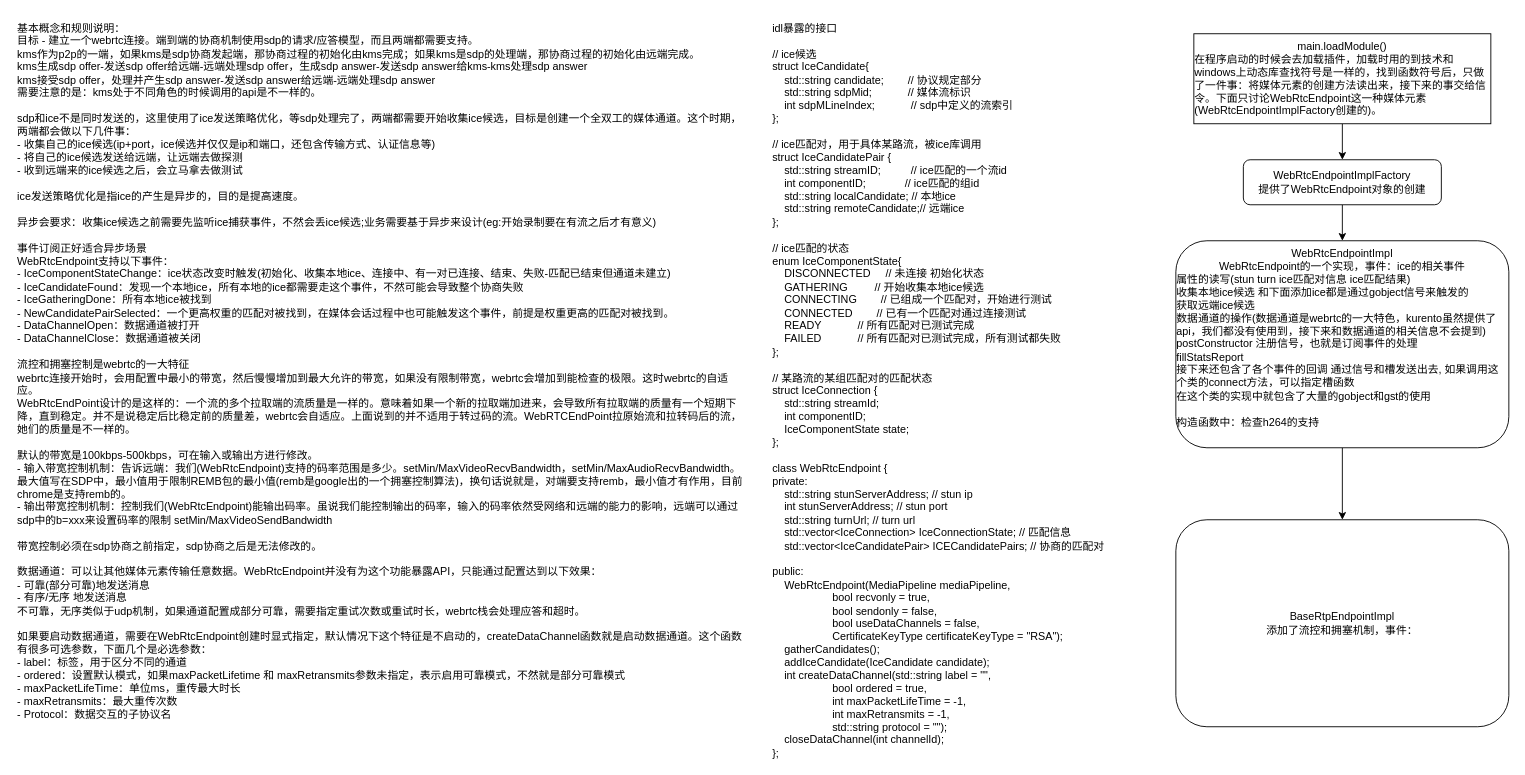
Above: page "WebRtcEndpoint" (2 of 2) of kms源码分析/kms分析文字版本.drawio in 63isOK/conference_graph (draw.io), before the change. Source tidied: cells renumbered, new cells numbered last; positions are measured from the earlier drawing's top-left corner, leaving out a move shared by most shapes. Both pictures are drawn from the tidied source at 90%, with x=0, y=0 at pixel (15, 15).
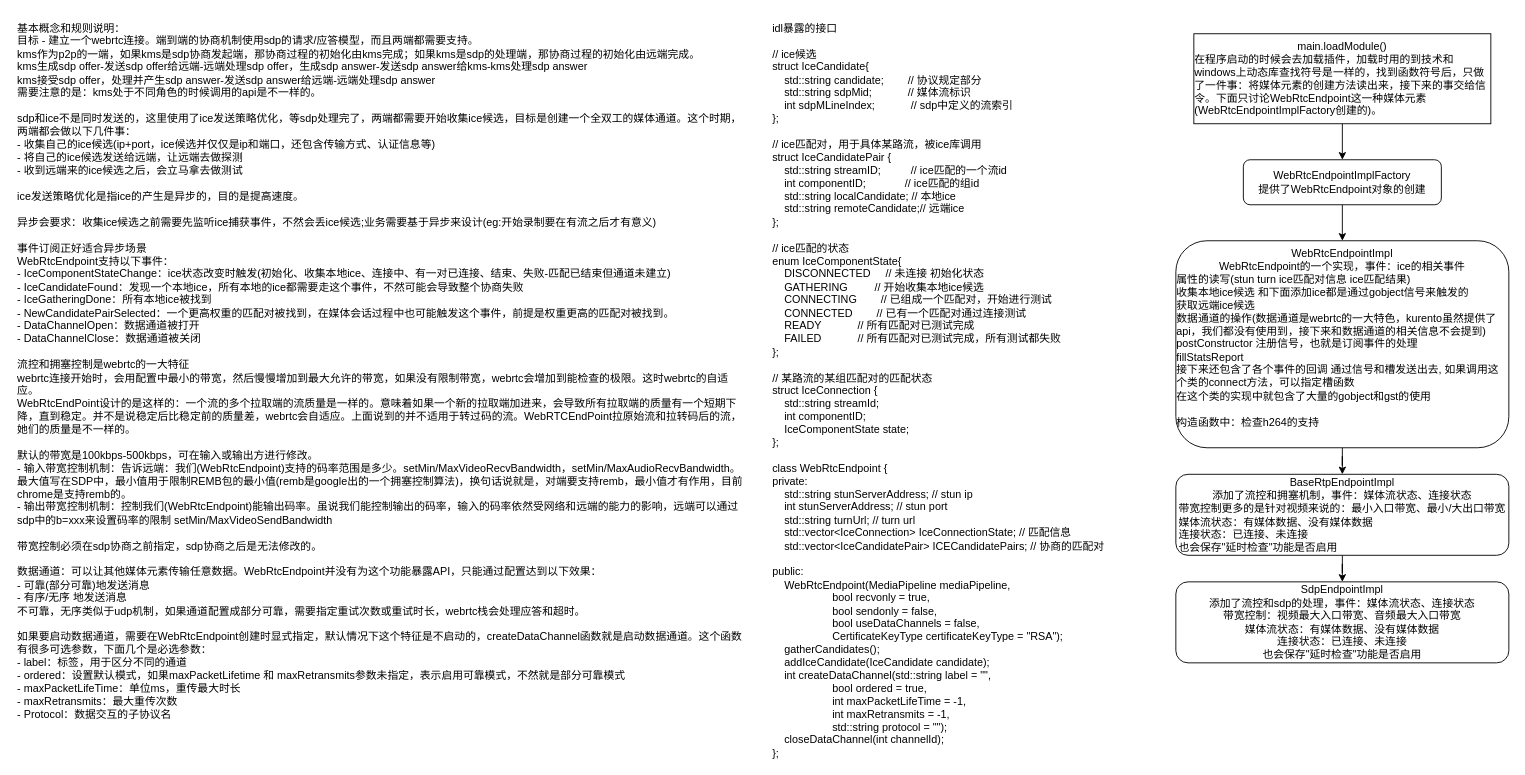
Above is the later version.

Commit message:
更新kms分析文字版本.drawio

The edit, as a diff of the source:
```diff
@@
 <mxGraphModel>
   <root>
     <mxCell id="0" />
     <mxCell id="1" parent="0" />
     <mxCell id="2" value="基本概念和规则说明：&lt;br&gt;目标 - 建立一个webrtc连接。端到端的协商机制使用sdp的请求/应答模型，而且两端都需要支持。&lt;br&gt;kms作为p2p的一端，如果kms是sdp协商发起端，那协商过程的初始化由kms完成；如果kms是sdp的处理端，那协商过程的初始化由远端完成。&lt;br&gt;kms生成sdp offer-发送sdp offer给远端-远端处理sdp offer，生成sdp answer-发送sdp answer给kms-kms处理sdp answer&lt;br&gt;kms接受sdp offer，处理并产生sdp answer-发送sdp answer给远端-远端处理sdp answer&lt;br&gt;需要注意的是：kms处于不同角色的时候调用的api是不一样的。&lt;br&gt;&lt;br&gt;sdp和ice不是同时发送的，这里使用了ice发送策略优化，等sdp处理完了，两端都需要开始收集ice候选，目标是创建一个全双工的媒体通道。这个时期，两端都会做以下几件事：&lt;br&gt;- 收集自己的ice候选(ip+port，ice候选并仅仅是ip和端口，还包含传输方式、认证信息等)&lt;br&gt;- 将自己的ice候选发送给远端，让远端去做探测&lt;br&gt;- 收到远端来的ice候选之后，会立马拿去做测试&lt;br&gt;&lt;br&gt;ice发送策略优化是指ice的产生是异步的，目的是提高速度。&lt;br&gt;&lt;br&gt;异步会要求：收集ice候选之前需要先监听ice捕获事件，不然会丢ice候选;业务需要基于异步来设计(eg:开始录制要在有流之后才有意义)&lt;br&gt;&lt;br&gt;事件订阅正好适合异步场景&lt;br&gt;WebRtcEndpoint支持以下事件：&lt;br&gt;-&amp;nbsp;&lt;span&gt;IceComponentStateChange：ice状态改变时触发(初始化、收集本地ice、连接中、有一对已连接、结束、失败-匹配已结束但通道未建立)&lt;br&gt;&lt;/span&gt;-&amp;nbsp;&lt;span&gt;IceCandidateFound：发现一个本地ice，所有本地的ice都需要走这个事件，不然可能会导致整个协商失败&lt;br&gt;&lt;/span&gt;-&amp;nbsp;&lt;span&gt;IceGatheringDone：所有本地ice被找到&lt;br&gt;&lt;/span&gt;-&amp;nbsp;&lt;span&gt;NewCandidatePairSelected：一个更高权重的匹配对被找到，在媒体会话过程中也可能触发这个事件，前提是权重更高的匹配对被找到。&lt;br&gt;&lt;/span&gt;- D&lt;span&gt;ataChannelOpen：数据通道被打开&lt;br&gt;&lt;/span&gt;- D&lt;span&gt;ataChannelClose：数据通道被关闭&lt;br&gt;&lt;/span&gt;&lt;br&gt;流控和拥塞控制是webrtc的一大特征&lt;br&gt;webrtc连接开始时，会用配置中最小的带宽，然后慢慢增加到最大允许的带宽，如果没有限制带宽，webrtc会增加到能检查的极限。这时webrtc的自适应。&lt;br&gt;WebRtcEndPoint设计的是这样的：一个流的多个拉取端的流质量是一样的。意味着如果一个新的拉取端加进来，会导致所有拉取端的质量有一个短期下降，直到稳定。并不是说稳定后比稳定前的质量差，webrtc会自适应。上面说到的并不适用于转过码的流。WebRTCEndPoint拉原始流和拉转码后的流，她们的质量是不一样的。&lt;br&gt;&lt;br&gt;默认的带宽是100kbps-500kbps，可在输入或输出方进行修改。&lt;br&gt;- 输入带宽控制机制：告诉远端：我们(WebRtcEndpoint)支持的码率范围是多少。&lt;span&gt;setMin/MaxVideoRecvBandwidth，&lt;/span&gt;&lt;span&gt;setMin/MaxAudioRecvBandwidth&lt;/span&gt;。最大值写在SDP中，最小值用于限制REMB包的最小值(remb是google出的一个拥塞控制算法)，换句话说就是，对端要支持remb，最小值才有作用，目前chrome是支持remb的。&lt;br&gt;- 输出带宽控制机制：控制我们(WebRtcEndpoint)能输出码率。虽说我们能控制输出的码率，输入的码率依然受网络和远端的能力的影响，远端可以通过sdp中的b=xxx来设置码率的限制&amp;nbsp;&lt;span&gt;setMin/MaxVideoSendBandwidth&lt;br&gt;&lt;/span&gt;&lt;br&gt;带宽控制必须在sdp协商之前指定，sdp协商之后是无法修改的。&lt;br&gt;&lt;br&gt;数据通道：可以让其他媒体元素传输任意数据。WebRtcEndpoint并没有为这个功能暴露API，只能通过配置达到以下效果：&lt;br&gt;- 可靠(部分可靠)地发送消息&lt;br&gt;- 有序/无序 地发送消息&lt;br&gt;不可靠，无序类似于udp机制，如果通道配置成部分可靠，需要指定重试次数或重试时长，webrtc栈会处理应答和超时。&lt;br&gt;&lt;br&gt;如果要启动数据通道，需要在WebRtcEndpoint创建时显式指定，默认情况下这个特征是不启动的，&lt;span&gt;createDataChannel函数就是启动数据通道。这个函数有很多可选参数，下面几个是必选参数：&lt;br&gt;&lt;/span&gt;- label：标签，用于区分不同的通道&lt;br&gt;- ordered：设置默认模式，如果&lt;span&gt;maxPacketLifetime 和 maxRetransmits参数未指定，表示启用可靠模式，不然就是部分可靠模式&lt;br&gt;&lt;/span&gt;-&amp;nbsp;&lt;span&gt;maxPacketLifeTime：单位ms，重传最大时长&lt;br&gt;&lt;/span&gt;-&amp;nbsp;&lt;span&gt;maxRetransmits：最大重传次数&lt;br&gt;&lt;/span&gt;-&amp;nbsp;&lt;span&gt;Protocol：数据交互的子协议名&lt;/span&gt;&lt;br&gt;" style="text;html=1;strokeColor=none;fillColor=none;align=left;verticalAlign=top;whiteSpace=wrap;rounded=0;" parent="1" vertex="1">
       <mxGeometry width="809" height="750" as="geometry" />
     </mxCell>
     <mxCell id="3" value="&lt;div&gt;idl暴露的接口&lt;/div&gt;&lt;div&gt;&lt;br&gt;&lt;/div&gt;&lt;div&gt;// ice候选&lt;/div&gt;&lt;div&gt;struct IceCandidate{&lt;/div&gt;&lt;div&gt;&amp;nbsp; &amp;nbsp; std::string candidate;&amp;nbsp; &amp;nbsp; &amp;nbsp; &amp;nbsp; // 协议规定部分&lt;/div&gt;&lt;div&gt;&amp;nbsp; &amp;nbsp; std::string sdpMid;&amp;nbsp; &amp;nbsp; &amp;nbsp; &amp;nbsp; &amp;nbsp; &amp;nbsp; // 媒体流标识&lt;/div&gt;&lt;div&gt;&amp;nbsp; &amp;nbsp; int sdpMLineIndex;&amp;nbsp; &amp;nbsp; &amp;nbsp; &amp;nbsp; &amp;nbsp; &amp;nbsp; // sdp中定义的流索引&lt;/div&gt;&lt;div&gt;};&lt;/div&gt;&lt;div&gt;&lt;br&gt;&lt;/div&gt;&lt;div&gt;// ice匹配对，用于具体某路流，被ice库调用&lt;/div&gt;&lt;div&gt;struct IceCandidatePair {&lt;/div&gt;&lt;div&gt;&amp;nbsp; &amp;nbsp; std::string streamID;&amp;nbsp; &amp;nbsp; &amp;nbsp; &amp;nbsp; &amp;nbsp; // ice匹配的一个流id&lt;/div&gt;&lt;div&gt;&amp;nbsp; &amp;nbsp; int componentID;&amp;nbsp; &amp;nbsp; &amp;nbsp; &amp;nbsp; &amp;nbsp; &amp;nbsp; &amp;nbsp;// ice匹配的组id&lt;/div&gt;&lt;div&gt;&amp;nbsp; &amp;nbsp; std::string localCandidate; // 本地ice&lt;/div&gt;&lt;div&gt;&amp;nbsp; &amp;nbsp; std::string remoteCandidate;// 远端ice&lt;/div&gt;&lt;div&gt;};&lt;/div&gt;&lt;div&gt;&lt;br&gt;&lt;/div&gt;&lt;div&gt;// ice匹配的状态&lt;/div&gt;&lt;div&gt;enum IceComponentState{&lt;/div&gt;&lt;div&gt;&amp;nbsp; &amp;nbsp; DISCONNECTED&amp;nbsp; &amp;nbsp; &amp;nbsp;// 未连接 初始化状态&lt;/div&gt;&lt;div&gt;&amp;nbsp; &amp;nbsp; GATHERING&amp;nbsp; &amp;nbsp; &amp;nbsp; &amp;nbsp; &amp;nbsp;// 开始收集本地ice候选&lt;/div&gt;&lt;div&gt;&amp;nbsp; &amp;nbsp; CONNECTING&amp;nbsp; &amp;nbsp; &amp;nbsp; &amp;nbsp; // 已组成一个匹配对，开始进行测试&lt;/div&gt;&lt;div&gt;&amp;nbsp; &amp;nbsp; CONNECTED&amp;nbsp; &amp;nbsp; &amp;nbsp; &amp;nbsp; // 已有一个匹配对通过连接测试&lt;/div&gt;&lt;div&gt;&amp;nbsp; &amp;nbsp; READY&amp;nbsp; &amp;nbsp; &amp;nbsp; &amp;nbsp; &amp;nbsp; &amp;nbsp; // 所有匹配对已测试完成&lt;/div&gt;&lt;div&gt;&amp;nbsp; &amp;nbsp; FAILED&amp;nbsp; &amp;nbsp; &amp;nbsp; &amp;nbsp; &amp;nbsp; &amp;nbsp; // 所有匹配对已测试完成，所有测试都失败&lt;/div&gt;&lt;div&gt;};&lt;/div&gt;&lt;div&gt;&lt;br&gt;&lt;/div&gt;&lt;div&gt;// 某路流的某组匹配对的匹配状态&lt;/div&gt;&lt;div&gt;struct IceConnection {&lt;/div&gt;&lt;div&gt;&amp;nbsp; &amp;nbsp; std::string streamId;&lt;/div&gt;&lt;div&gt;&amp;nbsp; &amp;nbsp; int componentID;&lt;/div&gt;&lt;div&gt;&amp;nbsp; &amp;nbsp; IceComponentState state;&lt;/div&gt;&lt;div&gt;};&lt;/div&gt;&lt;div&gt;&lt;br&gt;&lt;/div&gt;&lt;div&gt;class WebRtcEndpoint {&lt;/div&gt;&lt;div&gt;private:&lt;/div&gt;&lt;div&gt;&amp;nbsp; &amp;nbsp; std::string stunServerAddress; // stun ip&lt;/div&gt;&lt;div&gt;&amp;nbsp; &amp;nbsp; int stunServerAddress; // stun port&lt;/div&gt;&lt;div&gt;&amp;nbsp; &amp;nbsp; std::string turnUrl; // turn url&lt;/div&gt;&lt;div&gt;&amp;nbsp; &amp;nbsp; std::vector&amp;lt;IceConnection&amp;gt; IceConnectionState; // 匹配信息&lt;/div&gt;&lt;div&gt;&amp;nbsp; &amp;nbsp; std::vector&amp;lt;IceCandidatePair&amp;gt; ICECandidatePairs; // 协商的匹配对&lt;/div&gt;&lt;span&gt;&lt;br&gt;&lt;/span&gt;&lt;div&gt;public:&lt;/div&gt;&lt;div&gt;&amp;nbsp; &amp;nbsp; WebRtcEndpoint(MediaPipeline mediaPipeline,&lt;/div&gt;&lt;div&gt;&amp;nbsp; &amp;nbsp; &amp;nbsp; &amp;nbsp; &amp;nbsp; &amp;nbsp; &amp;nbsp; &amp;nbsp; &amp;nbsp; &amp;nbsp; bool recvonly = true,&lt;/div&gt;&lt;div&gt;&amp;nbsp; &amp;nbsp; &amp;nbsp; &amp;nbsp; &amp;nbsp; &amp;nbsp; &amp;nbsp; &amp;nbsp; &amp;nbsp; &amp;nbsp; bool sendonly = false,&lt;/div&gt;&lt;div&gt;&amp;nbsp; &amp;nbsp; &amp;nbsp; &amp;nbsp; &amp;nbsp; &amp;nbsp; &amp;nbsp; &amp;nbsp; &amp;nbsp; &amp;nbsp; bool useDataChannels = false,&lt;/div&gt;&lt;div&gt;&amp;nbsp; &amp;nbsp; &amp;nbsp; &amp;nbsp; &amp;nbsp; &amp;nbsp; &amp;nbsp; &amp;nbsp; &amp;nbsp; &amp;nbsp; CertificateKeyType certificateKeyType = &quot;RSA&quot;);&lt;/div&gt;&lt;div&gt;&amp;nbsp; &amp;nbsp; gatherCandidates();&lt;/div&gt;&lt;div&gt;&amp;nbsp; &amp;nbsp; addIceCandidate(IceCandidate candidate);&lt;/div&gt;&lt;div&gt;&amp;nbsp; &amp;nbsp; int createDataChannel(std::string label = &quot;&quot;,&lt;/div&gt;&lt;div&gt;&amp;nbsp; &amp;nbsp; &amp;nbsp; &amp;nbsp; &amp;nbsp; &amp;nbsp; &amp;nbsp; &amp;nbsp; &amp;nbsp; &amp;nbsp; bool ordered = true,&lt;/div&gt;&lt;div&gt;&amp;nbsp; &amp;nbsp; &amp;nbsp; &amp;nbsp; &amp;nbsp; &amp;nbsp; &amp;nbsp; &amp;nbsp; &amp;nbsp; &amp;nbsp; int maxPacketLifeTime = -1,&lt;/div&gt;&lt;div&gt;&amp;nbsp; &amp;nbsp; &amp;nbsp; &amp;nbsp; &amp;nbsp; &amp;nbsp; &amp;nbsp; &amp;nbsp; &amp;nbsp; &amp;nbsp; int maxRetransmits = -1,&lt;/div&gt;&lt;div&gt;&amp;nbsp; &amp;nbsp; &amp;nbsp; &amp;nbsp; &amp;nbsp; &amp;nbsp; &amp;nbsp; &amp;nbsp; &amp;nbsp; &amp;nbsp; std::string protocol = &quot;&quot;);&lt;/div&gt;&lt;div&gt;&amp;nbsp; &amp;nbsp; closeDataChannel(int channelId);&lt;/div&gt;&lt;div&gt;};&lt;/div&gt;" style="text;html=1;strokeColor=none;fillColor=none;align=left;verticalAlign=top;whiteSpace=wrap;rounded=0;" parent="1" vertex="1">
       <mxGeometry x="839" width="390" height="810" as="geometry" />
     </mxCell>
     <mxCell id="4" style="edgeStyle=orthogonalEdgeStyle;rounded=0;jettySize=auto;html=1;" parent="1" edge="1" source="5" target="7">
       <mxGeometry relative="1" as="geometry" />
     </mxCell>
     <mxCell id="5" value="main.loadModule()&lt;br&gt;&lt;div style=&quot;text-align: left&quot;&gt;&lt;span&gt;在程序启动的时候会去加载插件，加载时用的到技术和windows上动态库查找符号是一样的，找到函数符号后，只做了一件事：将媒体元素的创建方法读出来，接下来的事交给信令。下面只讨论WebRtcEndpoint这一种媒体元素(&lt;/span&gt;&lt;span&gt;WebRtcEndpointImplFactory创建的&lt;/span&gt;&lt;span&gt;)。&lt;/span&gt;&lt;/div&gt;" style="rounded=0;whiteSpace=wrap;html=1;" parent="1" vertex="1">
       <mxGeometry x="1309" y="20" width="330" height="100" as="geometry" />
     </mxCell>
     <mxCell id="6" style="edgeStyle=orthogonalEdgeStyle;rounded=0;jettySize=auto;html=1;" parent="1" edge="1" source="7" target="9">
       <mxGeometry relative="1" as="geometry" />
     </mxCell>
     <mxCell id="7" value="&lt;span&gt;WebRtcEndpointImplFactory&lt;br&gt;提供了WebRtcEndpoint对象的创建&lt;br&gt;&lt;/span&gt;" style="rounded=1;whiteSpace=wrap;html=1;align=center;" parent="1" vertex="1">
       <mxGeometry x="1364" y="160" width="220" height="50" as="geometry" />
     </mxCell>
     <mxCell id="8" style="edgeStyle=orthogonalEdgeStyle;rounded=0;jettySize=auto;html=1;" parent="1" edge="1" source="9" target="10">
       <mxGeometry relative="1" as="geometry" />
     </mxCell>
     <mxCell id="9" value="&lt;span&gt;WebRtcEndpointImpl&lt;br&gt;WebRtcEndpoint的一个实现，&lt;/span&gt;&lt;span&gt;事件：ice的相关事件&lt;/span&gt;&lt;span&gt;&lt;br&gt;&lt;div style=&quot;text-align: left&quot;&gt;属性的读写(stun turn ice匹配对信息 ice匹配结果)&lt;/div&gt;&lt;div style=&quot;text-align: left&quot;&gt;收集本地ice候选 和下面添加ice都是通过gobject信号来触发的&lt;/div&gt;&lt;div style=&quot;text-align: left&quot;&gt;获取远端ice候选&lt;/div&gt;&lt;div style=&quot;text-align: left&quot;&gt;数据通道的操作(数据通道是webrtc的一大特色，kurento虽然提供了api，我们都没有使用到，接下来和数据通道的相关信息不会提到)&lt;/div&gt;&lt;div style=&quot;text-align: left&quot;&gt;postConstructor 注册信号，也就是订阅事件的处理&lt;br&gt;&lt;/div&gt;&lt;div style=&quot;text-align: left&quot;&gt;fillStatsReport&lt;br&gt;&lt;/div&gt;&lt;div style=&quot;text-align: left&quot;&gt;接下来还包含了各个事件的回调 通过信号和槽发送出去, 如果调用这个类的connect方法，可以指定槽函数&lt;/div&gt;&lt;div style=&quot;text-align: left&quot;&gt;在这个类的实现中就包含了大量的gobject和gst的使用&lt;/div&gt;&lt;div style=&quot;text-align: left&quot;&gt;&lt;br&gt;&lt;/div&gt;&lt;div style=&quot;text-align: left&quot;&gt;构造函数中：检查h264的支持&lt;/div&gt;&lt;div style=&quot;text-align: left&quot;&gt;&lt;br&gt;&lt;/div&gt;&lt;/span&gt;" style="rounded=1;whiteSpace=wrap;html=1;align=center;" parent="1" vertex="1">
       <mxGeometry x="1289" y="250" width="370" height="230" as="geometry" />
     </mxCell>
+    <mxCell id="11" style="edgeStyle=orthogonalEdgeStyle;rounded=0;jettySize=auto;html=1;" parent="1" edge="1" source="10" target="12">
+      <mxGeometry relative="1" as="geometry" />
+    </mxCell>
-    <mxCell id="10" value="&lt;span&gt;BaseRtpEndpointImpl&lt;br&gt;添加了流控和拥塞机制，事件：&lt;br&gt;&lt;/span&gt;" style="rounded=1;whiteSpace=wrap;html=1;align=center;" parent="1" vertex="1">
-      <mxGeometry x="1289" y="560" width="370" height="230" as="geometry" />
+    <mxCell id="10" value="&lt;span&gt;BaseRtpEndpointImpl&lt;br&gt;添加了流控和拥塞机制，事件：媒体流状态、连接状态&lt;br&gt;&lt;div style=&quot;text-align: left&quot;&gt;&lt;span&gt;带宽控制更多的是针对视频来说的：最小入口带宽、最小/大出口带宽&lt;/span&gt;&lt;/div&gt;&lt;div style=&quot;text-align: left&quot;&gt;&lt;span&gt;媒体流状态：有媒体数据、没有媒体数据&lt;/span&gt;&lt;/div&gt;&lt;div style=&quot;text-align: left&quot;&gt;&lt;span&gt;连接状态：已连接、未连接&lt;/span&gt;&lt;/div&gt;&lt;div style=&quot;text-align: left&quot;&gt;&lt;span&gt;也会保存&quot;延时检查&quot;功能是否启用&lt;/span&gt;&lt;/div&gt;&lt;/span&gt;" style="rounded=1;whiteSpace=wrap;html=1;align=center;" parent="1" vertex="1">
+      <mxGeometry x="1289" y="509.5" width="370" height="90" as="geometry" />
     </mxCell>
+    <mxCell id="12" value="&lt;span&gt;SdpEndpointImpl&lt;/span&gt;&lt;span&gt;&lt;br&gt;添加了流控和sdp的处理，事件：媒体流状态、连接状态&lt;br&gt;&lt;div&gt;&lt;span&gt;带宽控制：视频最大入口带宽、音频最大入口带宽&lt;/span&gt;&lt;/div&gt;&lt;div&gt;&lt;span&gt;媒体流状态：有媒体数据、没有媒体数据&lt;/span&gt;&lt;/div&gt;&lt;div&gt;&lt;span&gt;连接状态：已连接、未连接&lt;/span&gt;&lt;/div&gt;&lt;div&gt;&lt;span&gt;也会保存&quot;延时检查&quot;功能是否启用&lt;/span&gt;&lt;/div&gt;&lt;/span&gt;" style="rounded=1;whiteSpace=wrap;html=1;align=center;" parent="1" vertex="1">
+      <mxGeometry x="1289" y="629" width="370" height="90" as="geometry" />
+    </mxCell>
   </root>
 </mxGraphModel>
```
